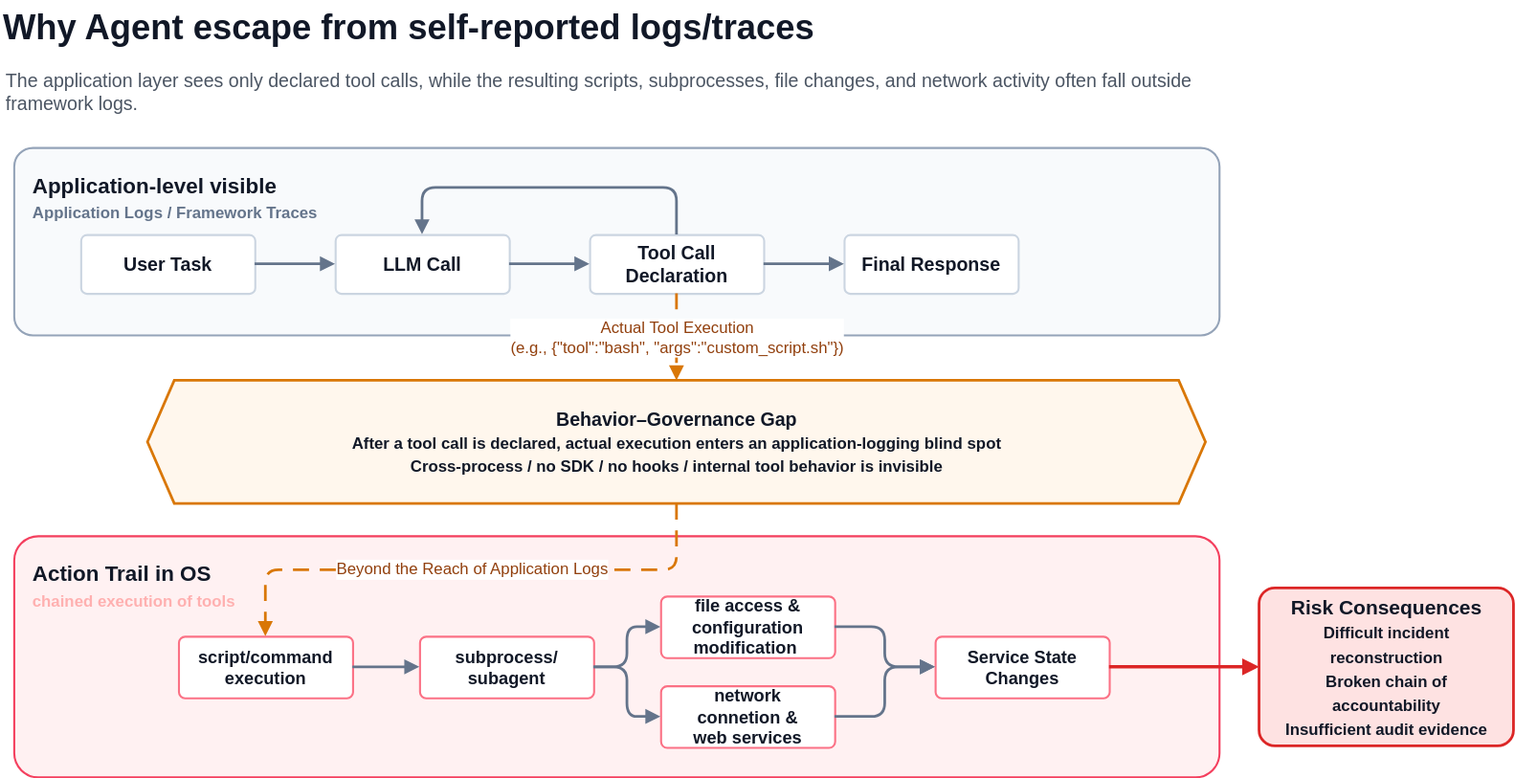
Earlier version of the draw.io export images/figure1-agent-log-gap-zh-cn.drawio.svg (openeuler-mirror/AcTrail). Source tidied: cells renumbered, new cells last; positions are measured from the earlier drawing's top-left corner, leaving out a move shared by most shapes. Source of this version:
```xml
<mxGraphModel>
  <root>
    <mxCell id="0" />
    <mxCell id="1" parent="0" />
    <mxCell id="2" value="Why Agent escape from self-reported logs/traces" style="text;html=1;strokeColor=none;fillColor=none;align=left;verticalAlign=middle;whiteSpace=wrap;fontSize=26;fontStyle=1;fontColor=#111827;" parent="1" vertex="1">
      <mxGeometry width="760" height="40" as="geometry" />
    </mxCell>
    <mxCell id="3" value="The application layer sees only declared tool calls, while the resulting scripts, subprocesses, file changes, and network activity often fall outside framework logs." style="text;html=1;strokeColor=none;fillColor=none;align=left;verticalAlign=top;whiteSpace=wrap;fontSize=14;fontColor=#4B5563;" parent="1" vertex="1">
      <mxGeometry x="2" y="45" width="900" height="46" as="geometry" />
    </mxCell>
    <mxCell id="4" value="Application-level visible&lt;br&gt;&lt;span style=&quot;font-size: 12px; color: rgb(100, 116, 139);&quot;&gt;Application Logs / Framework Traces&lt;/span&gt;" style="rounded=1;whiteSpace=wrap;html=1;arcSize=10;fillColor=#F8FAFC;strokeColor=#94A3B8;strokeWidth=1.5;fontSize=16;fontStyle=1;fontColor=#111827;align=left;verticalAlign=top;spacing=14;" parent="1" vertex="1">
      <mxGeometry x="10" y="110" width="900" height="140" as="geometry" />
    </mxCell>
    <mxCell id="5" value="User Task" style="rounded=1;whiteSpace=wrap;html=1;arcSize=10;fillColor=#FFFFFF;strokeColor=#CBD5E1;strokeWidth=1.5;fontSize=14;fontStyle=1;fontColor=#111827;align=center;verticalAlign=middle;spacing=10;" parent="1" vertex="1">
      <mxGeometry x="60" y="175" width="130" height="44" as="geometry" />
    </mxCell>
    <mxCell id="6" value="LLM Call" style="rounded=1;whiteSpace=wrap;html=1;arcSize=10;fillColor=#FFFFFF;strokeColor=#CBD5E1;strokeWidth=1.5;fontSize=14;fontStyle=1;fontColor=#111827;align=center;verticalAlign=middle;spacing=10;" parent="1" vertex="1">
      <mxGeometry x="250" y="175" width="130" height="44" as="geometry" />
    </mxCell>
    <mxCell id="7" value="Tool Call Declaration" style="rounded=1;whiteSpace=wrap;html=1;arcSize=10;fillColor=#FFFFFF;strokeColor=#CBD5E1;strokeWidth=1.5;fontSize=14;fontStyle=1;fontColor=#111827;align=center;verticalAlign=middle;spacing=10;" parent="1" vertex="1">
      <mxGeometry x="440" y="175" width="130" height="44" as="geometry" />
    </mxCell>
    <mxCell id="8" value="Final Response" style="rounded=1;whiteSpace=wrap;html=1;arcSize=10;fillColor=#FFFFFF;strokeColor=#CBD5E1;strokeWidth=1.5;fontSize=14;fontStyle=1;fontColor=#111827;align=center;verticalAlign=middle;spacing=10;" parent="1" vertex="1">
      <mxGeometry x="630" y="175" width="130" height="44" as="geometry" />
    </mxCell>
    <mxCell id="9" style="edgeStyle=orthogonalEdgeStyle;rounded=1;jettySize=auto;html=1;endArrow=block;endFill=1;strokeWidth=2;strokeColor=#64748B;fontSize=12;fontColor=#475569;" parent="1" edge="1" source="5" target="6">
      <mxGeometry relative="1" as="geometry" />
    </mxCell>
    <mxCell id="10" style="edgeStyle=orthogonalEdgeStyle;rounded=1;jettySize=auto;html=1;endArrow=block;endFill=1;strokeWidth=2;strokeColor=#64748B;fontSize=12;fontColor=#475569;" parent="1" edge="1" source="6" target="7">
      <mxGeometry relative="1" as="geometry" />
    </mxCell>
    <mxCell id="11" style="edgeStyle=orthogonalEdgeStyle;rounded=1;jettySize=auto;html=1;endArrow=block;endFill=1;strokeWidth=2;strokeColor=#64748B;fontSize=12;fontColor=#475569;" parent="1" edge="1" source="7" target="8">
      <mxGeometry relative="1" as="geometry" />
    </mxCell>
    <mxCell id="12" value="&lt;b&gt;Behavior–Governance Gap&lt;/b&gt;&lt;br&gt;&lt;span style=&quot;font-size:12px&quot;&gt;After a tool call is declared, actual execution enters an application-logging blind spot&lt;br&gt;Cross-process / no SDK / no hooks / internal tool behavior is invisible&lt;/span&gt;" style="shape=hexagon;perimeter=hexagonPerimeter2;whiteSpace=wrap;html=1;fixedSize=1;fillColor=#FFF7ED;strokeColor=#D97706;strokeWidth=2;fontSize=14;fontStyle=1;fontColor=#111827;align=center;verticalAlign=middle;spacing=10;" parent="1" vertex="1">
      <mxGeometry x="110" y="284" width="790" height="92" as="geometry" />
    </mxCell>
    <mxCell id="13" value="Actual Tool Execution&lt;div&gt;(e.g., {&quot;tool&quot;:&quot;bash&quot;, &quot;args&quot;:&quot;custom_script.sh&quot;})&lt;/div&gt;" style="edgeStyle=orthogonalEdgeStyle;rounded=1;jettySize=auto;html=1;endArrow=block;endFill=1;dashed=1;dashPattern=6 4;strokeWidth=2;strokeColor=#D97706;fontSize=12;fontColor=#92400E;" parent="1" edge="1" source="7" target="12">
      <mxGeometry relative="1" as="geometry" />
    </mxCell>
    <mxCell id="14" value="Action Trail in OS&lt;br&gt;&lt;font color=&quot;#ffb0b0&quot;&gt;&lt;span style=&quot;font-size: 12px;&quot;&gt;chained execution of tools&lt;/span&gt;&lt;/font&gt;" style="rounded=1;whiteSpace=wrap;html=1;arcSize=10;fillColor=#FFF1F2;strokeColor=#F43F5E;strokeWidth=1.5;fontSize=16;fontStyle=1;fontColor=#111827;align=left;verticalAlign=top;spacing=14;" parent="1" vertex="1">
      <mxGeometry x="10" y="400" width="900" height="180" as="geometry" />
    </mxCell>
    <mxCell id="15" value="script/command execution" style="rounded=1;whiteSpace=wrap;html=1;arcSize=10;fillColor=#FFFFFF;strokeColor=#FB7185;strokeWidth=1.5;fontSize=13;fontStyle=1;fontColor=#111827;align=center;verticalAlign=middle;spacing=10;" parent="1" vertex="1">
      <mxGeometry x="133" y="475" width="130" height="46" as="geometry" />
    </mxCell>
    <mxCell id="16" value="subprocess/&lt;div&gt;subagent&lt;/div&gt;" style="rounded=1;whiteSpace=wrap;html=1;arcSize=10;fillColor=#FFFFFF;strokeColor=#FB7185;strokeWidth=1.5;fontSize=13;fontStyle=1;fontColor=#111827;align=center;verticalAlign=middle;spacing=10;" parent="1" vertex="1">
      <mxGeometry x="313" y="475" width="130" height="46" as="geometry" />
    </mxCell>
    <mxCell id="17" value="file access &amp;amp;&lt;div&gt;configuration modification&amp;nbsp;&lt;/div&gt;" style="rounded=1;whiteSpace=wrap;html=1;arcSize=10;fillColor=#FFFFFF;strokeColor=#FB7185;strokeWidth=1.5;fontSize=13;fontStyle=1;fontColor=#111827;align=center;verticalAlign=middle;spacing=10;" parent="1" vertex="1">
      <mxGeometry x="493" y="445" width="130" height="46" as="geometry" />
    </mxCell>
    <mxCell id="18" value="network connetion &amp;amp;&lt;div&gt;web services&lt;/div&gt;" style="rounded=1;whiteSpace=wrap;html=1;arcSize=10;fillColor=#FFFFFF;strokeColor=#FB7185;strokeWidth=1.5;fontSize=13;fontStyle=1;fontColor=#111827;align=center;verticalAlign=middle;spacing=10;" parent="1" vertex="1">
      <mxGeometry x="493" y="512" width="130" height="46" as="geometry" />
    </mxCell>
    <mxCell id="19" value="Service State Changes" style="rounded=1;whiteSpace=wrap;html=1;arcSize=10;fillColor=#FFFFFF;strokeColor=#FB7185;strokeWidth=1.5;fontSize=13;fontStyle=1;fontColor=#111827;align=center;verticalAlign=middle;spacing=10;" parent="1" vertex="1">
      <mxGeometry x="698" y="475" width="130" height="46" as="geometry" />
    </mxCell>
    <mxCell id="20" value="Beyond the Reach of Application Logs" style="edgeStyle=orthogonalEdgeStyle;rounded=1;jettySize=auto;html=1;endArrow=block;endFill=1;dashed=1;dashPattern=6 4;strokeWidth=2;strokeColor=#D97706;fontSize=12;fontColor=#92400E;exitX=0.5;exitY=1;exitDx=0;exitDy=0;" parent="1" edge="1" source="12" target="15">
      <mxGeometry relative="1" as="geometry" />
    </mxCell>
    <mxCell id="21" style="edgeStyle=orthogonalEdgeStyle;rounded=1;jettySize=auto;html=1;endArrow=block;endFill=1;strokeWidth=2;strokeColor=#64748B;fontSize=12;fontColor=#475569;" parent="1" edge="1" source="15" target="16">
      <mxGeometry relative="1" as="geometry" />
    </mxCell>
    <mxCell id="22" style="edgeStyle=orthogonalEdgeStyle;rounded=1;jettySize=auto;html=1;endArrow=block;endFill=1;strokeWidth=2;strokeColor=#64748B;fontSize=12;fontColor=#475569;" parent="1" edge="1" source="16" target="17">
      <mxGeometry relative="1" as="geometry" />
    </mxCell>
    <mxCell id="23" style="edgeStyle=orthogonalEdgeStyle;rounded=1;jettySize=auto;html=1;endArrow=block;endFill=1;strokeWidth=2;strokeColor=#64748B;fontSize=12;fontColor=#475569;" parent="1" edge="1" source="16" target="18">
      <mxGeometry relative="1" as="geometry" />
    </mxCell>
    <mxCell id="24" style="edgeStyle=orthogonalEdgeStyle;rounded=1;jettySize=auto;html=1;endArrow=block;endFill=1;strokeWidth=2;strokeColor=#64748B;fontSize=12;fontColor=#475569;" parent="1" edge="1" source="17" target="19">
      <mxGeometry relative="1" as="geometry" />
    </mxCell>
    <mxCell id="25" style="edgeStyle=orthogonalEdgeStyle;rounded=1;jettySize=auto;html=1;endArrow=block;endFill=1;strokeWidth=2;strokeColor=#64748B;fontSize=12;fontColor=#475569;" parent="1" edge="1" source="18" target="19">
      <mxGeometry relative="1" as="geometry" />
    </mxCell>
    <mxCell id="26" value="&lt;b&gt;Risk Consequences&lt;/b&gt;&lt;br&gt;&lt;span style=&quot;font-size:12px&quot;&gt;Difficult incident reconstruction&lt;br&gt;Broken chain of accountability&lt;br&gt;Insufficient audit evidence&lt;/span&gt;" style="rounded=1;whiteSpace=wrap;html=1;arcSize=10;fillColor=#FEE2E2;strokeColor=#DC2626;strokeWidth=2;fontSize=15;fontStyle=1;fontColor=#111827;align=center;verticalAlign=middle;spacing=10;" parent="1" vertex="1">
      <mxGeometry x="940" y="439" width="190" height="118" as="geometry" />
    </mxCell>
    <mxCell id="27" style="edgeStyle=orthogonalEdgeStyle;rounded=1;jettySize=auto;html=1;endArrow=block;endFill=1;strokeWidth=2.5;strokeColor=#DC2626;fontSize=12;fontColor=#475569;" parent="1" edge="1" source="19" target="26">
      <mxGeometry relative="1" as="geometry" />
    </mxCell>
    <mxCell id="28" style="edgeStyle=orthogonalEdgeStyle;rounded=1;jettySize=auto;html=1;endArrow=block;endFill=1;strokeWidth=2;strokeColor=#64748B;fontSize=12;fontColor=#475569;entryX=0.5;entryY=0;entryDx=0;entryDy=0;exitX=0.5;exitY=0;exitDx=0;exitDy=0;" parent="1" edge="1" source="7" target="6">
      <mxGeometry relative="1" as="geometry">
        <Array as="points">
          <mxPoint x="505" y="140" />
          <mxPoint x="315" y="140" />
        </Array>
      </mxGeometry>
    </mxCell>
  </root>
</mxGraphModel>
```
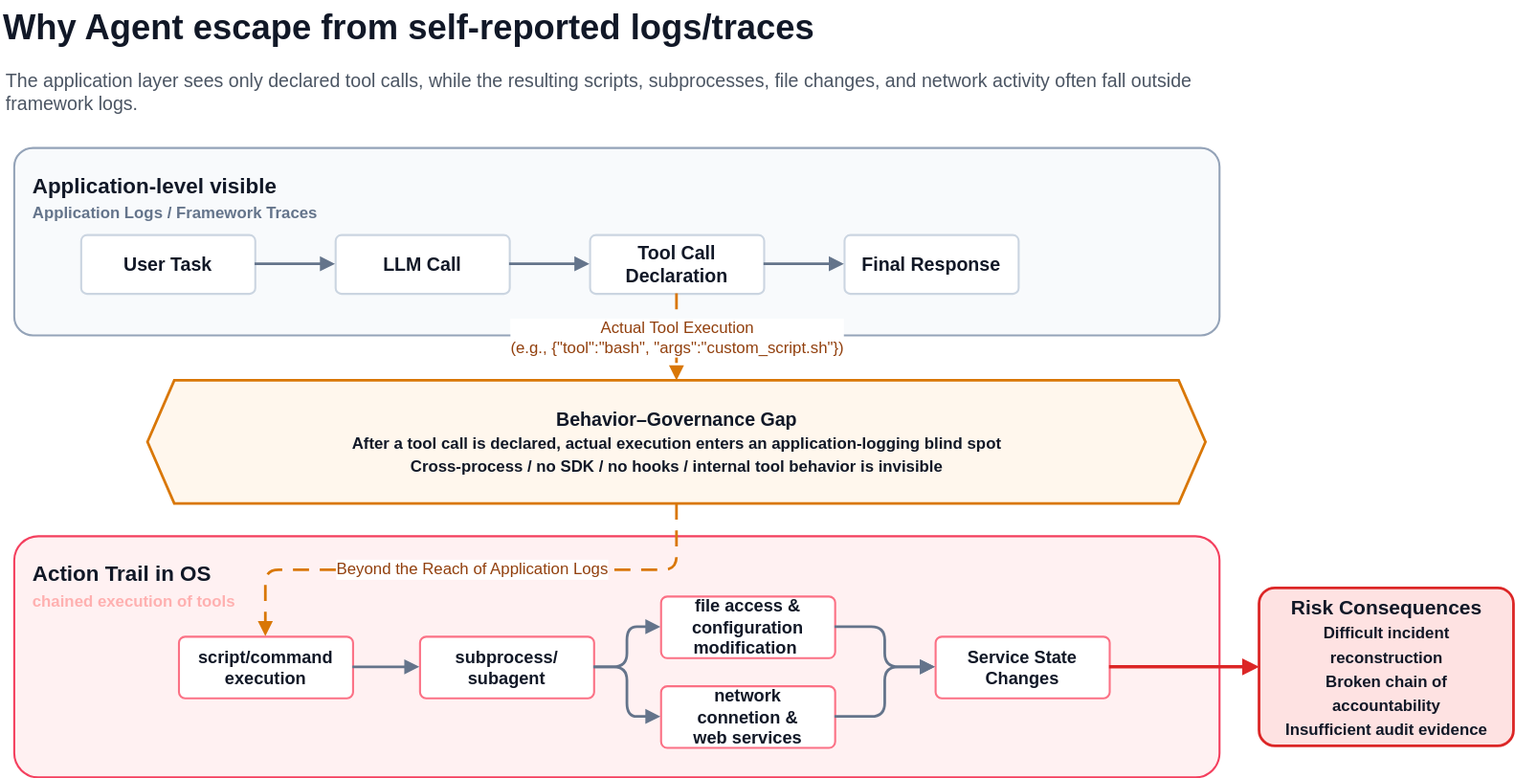
The same diagram one commit later.

The edit, as a diff of the source:
```diff
@@ -80,13 +80,5 @@
     <mxCell id="27" style="edgeStyle=orthogonalEdgeStyle;rounded=1;jettySize=auto;html=1;endArrow=block;endFill=1;strokeWidth=2.5;strokeColor=#DC2626;fontSize=12;fontColor=#475569;" parent="1" edge="1" source="19" target="26">
       <mxGeometry relative="1" as="geometry" />
     </mxCell>
-    <mxCell id="28" style="edgeStyle=orthogonalEdgeStyle;rounded=1;jettySize=auto;html=1;endArrow=block;endFill=1;strokeWidth=2;strokeColor=#64748B;fontSize=12;fontColor=#475569;entryX=0.5;entryY=0;entryDx=0;entryDy=0;exitX=0.5;exitY=0;exitDx=0;exitDy=0;" parent="1" edge="1" source="7" target="6">
-      <mxGeometry relative="1" as="geometry">
-        <Array as="points">
-          <mxPoint x="505" y="140" />
-          <mxPoint x="315" y="140" />
-        </Array>
-      </mxGeometry>
-    </mxCell>
   </root>
 </mxGraphModel>
```
